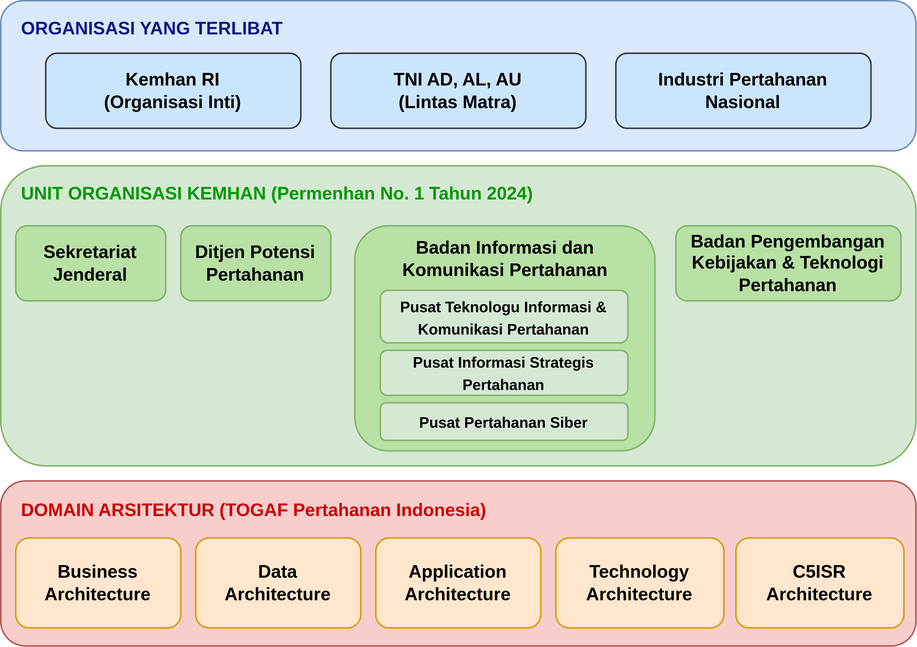
Earlier version of the draw.io export src/assets/images/preliminary-ruang-lingkup.drawio.svg (marcelsuanditambing/transformasi_kemhan). Source tidied: cells renumbered, new cells last; positions are measured from the earlier drawing's top-left corner, leaving out a move shared by most shapes.
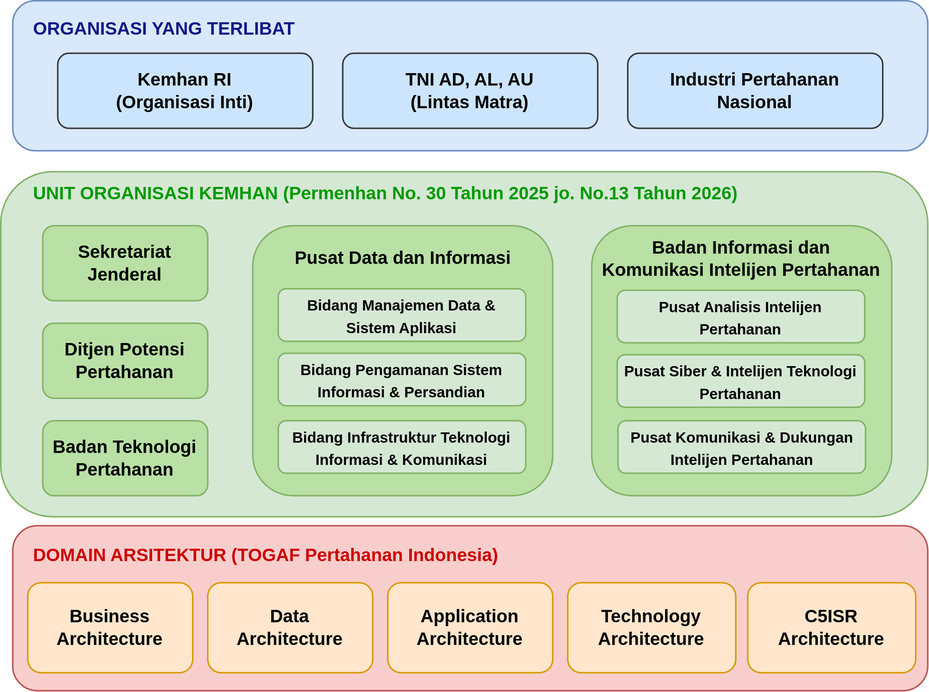
After the commit.

Commit message:
Add organizational structure diagrams for Kemhan

What changed in the source:
```diff
@@ -18,55 +18,70 @@
       <mxGeometry x="410" y="35" width="170" height="50" as="geometry" />
     </mxCell>
     <mxCell id="7" style="rounded=1;whiteSpace=wrap;html=1;fillColor=#d5e8d4;strokeColor=#82b366;" parent="1" vertex="1">
-      <mxGeometry y="110" width="610" height="200" as="geometry" />
+      <mxGeometry x="-8" y="114" width="618" height="230" as="geometry" />
     </mxCell>
-    <mxCell id="8" value="&lt;b style=&quot;color: rgb(0, 153, 0);&quot;&gt;UNIT ORGANISASI KEMHAN (Permenhan No. 1 Tahun 2024)&lt;/b&gt;" style="text;html=1;whiteSpace=wrap;strokeColor=none;fillColor=none;align=left;verticalAlign=middle;rounded=0;" parent="1" vertex="1">
-      <mxGeometry x="12" y="114" width="378" height="30" as="geometry" />
+    <mxCell id="8" value="&lt;b style=&quot;color: rgb(0, 153, 0);&quot;&gt;UNIT ORGANISASI KEMHAN (Permenhan No. 30 Tahun 2025 jo. No.13 Tahun 2026)&lt;/b&gt;" style="text;html=1;whiteSpace=wrap;strokeColor=none;fillColor=none;align=left;verticalAlign=middle;rounded=0;" parent="1" vertex="1">
+      <mxGeometry x="12" y="114" width="534" height="30" as="geometry" />
     </mxCell>
     <mxCell id="9" value="&lt;b&gt;Sekretariat&lt;br&gt;Jenderal&lt;/b&gt;" style="rounded=1;whiteSpace=wrap;html=1;fillColor=#B9E0A5;strokeColor=#82b366;" parent="1" vertex="1">
-      <mxGeometry x="10" y="150" width="100" height="50" as="geometry" />
+      <mxGeometry x="20" y="150" width="110" height="50" as="geometry" />
     </mxCell>
     <mxCell id="10" value="&lt;b&gt;Ditjen Potensi&lt;br&gt;Pertahanan&lt;/b&gt;" style="rounded=1;whiteSpace=wrap;html=1;fillColor=#B9E0A5;strokeColor=#82b366;" parent="1" vertex="1">
-      <mxGeometry x="120" y="150" width="100" height="50" as="geometry" />
+      <mxGeometry x="20" y="215" width="110" height="50" as="geometry" />
     </mxCell>
-    <mxCell id="11" value="&lt;b&gt;&lt;font&gt;Badan Pengembangan Kebijakan &amp;amp; Teknologi Pertahanan&lt;/font&gt;&lt;/b&gt;" style="rounded=1;whiteSpace=wrap;html=1;fillColor=#B9E0A5;strokeColor=#82b366;" parent="1" vertex="1">
-      <mxGeometry x="450" y="150" width="150" height="50" as="geometry" />
+    <mxCell id="11" value="&lt;b&gt;&lt;font&gt;Badan Teknologi Pertahanan&lt;/font&gt;&lt;/b&gt;" style="rounded=1;whiteSpace=wrap;html=1;fillColor=#B9E0A5;strokeColor=#82b366;" parent="1" vertex="1">
+      <mxGeometry x="20" y="280" width="110" height="50" as="geometry" />
     </mxCell>
     <mxCell id="12" style="rounded=1;whiteSpace=wrap;html=1;fillColor=#f8cecc;strokeColor=#b85450;" parent="1" vertex="1">
-      <mxGeometry y="320" width="610" height="110" as="geometry" />
+      <mxGeometry y="350" width="610" height="110" as="geometry" />
     </mxCell>
     <mxCell id="13" value="&lt;b style=&quot;color: rgb(204, 0, 0);&quot;&gt;DOMAIN ARSITEKTUR (TOGAF Pertahanan Indonesia)&lt;/b&gt;" style="text;html=1;whiteSpace=wrap;strokeColor=none;fillColor=none;align=left;verticalAlign=middle;rounded=0;" parent="1" vertex="1">
-      <mxGeometry x="12" y="325" width="338" height="30" as="geometry" />
+      <mxGeometry x="12" y="355" width="338" height="30" as="geometry" />
     </mxCell>
     <mxCell id="14" value="&lt;b&gt;Business&lt;br&gt;Architecture&lt;/b&gt;" style="rounded=1;whiteSpace=wrap;html=1;fillColor=#ffe6cc;strokeColor=#d79b00;" parent="1" vertex="1">
-      <mxGeometry x="10" y="358" width="110" height="60" as="geometry" />
+      <mxGeometry x="10" y="388" width="110" height="60" as="geometry" />
     </mxCell>
     <mxCell id="15" value="&lt;b&gt;Data&lt;br&gt;Architecture&lt;/b&gt;" style="rounded=1;whiteSpace=wrap;html=1;fillColor=#ffe6cc;strokeColor=#d79b00;" parent="1" vertex="1">
-      <mxGeometry x="130" y="358" width="110" height="60" as="geometry" />
+      <mxGeometry x="130" y="388" width="110" height="60" as="geometry" />
     </mxCell>
     <mxCell id="16" value="&lt;b&gt;Application&lt;br&gt;Architecture&lt;/b&gt;" style="rounded=1;whiteSpace=wrap;html=1;fillColor=#ffe6cc;strokeColor=#d79b00;" parent="1" vertex="1">
-      <mxGeometry x="250" y="358" width="110" height="60" as="geometry" />
+      <mxGeometry x="250" y="388" width="110" height="60" as="geometry" />
     </mxCell>
-    <mxCell id="17" style="rounded=1;whiteSpace=wrap;html=1;fillColor=#B9E0A5;strokeColor=#82b366;" parent="1" vertex="1">
-      <mxGeometry x="236" y="150" width="200" height="150" as="geometry" />
-    </mxCell>
-    <mxCell id="18" value="&lt;b style=&quot;color: rgb(0, 0, 0);&quot;&gt;Badan Informasi dan Komunikasi Pertahanan&lt;/b&gt;" style="text;html=1;whiteSpace=wrap;strokeColor=#B9E0A5;fillColor=#B9E0A5;align=center;verticalAlign=middle;rounded=0;" parent="1" vertex="1">
-      <mxGeometry x="247" y="157" width="179" height="30" as="geometry" />
-    </mxCell>
-    <mxCell id="19" value="&lt;span style=&quot;font-size: 10px;&quot;&gt;&lt;b&gt;Pusat Teknologu Informasi &amp;amp; Komunikasi Pertahanan&lt;/b&gt;&lt;/span&gt;" style="rounded=1;whiteSpace=wrap;html=1;fillColor=#D5E8D4;strokeColor=#82b366;" parent="1" vertex="1">
-      <mxGeometry x="253" y="193" width="165" height="35" as="geometry" />
-    </mxCell>
-    <mxCell id="20" value="&lt;span style=&quot;font-size: 10px;&quot;&gt;&lt;b&gt;Pusat Informasi Strategis Pertahanan&lt;/b&gt;&lt;/span&gt;" style="rounded=1;whiteSpace=wrap;html=1;fillColor=#D5E8D4;strokeColor=#82b366;" parent="1" vertex="1">
-      <mxGeometry x="253" y="233" width="165" height="30" as="geometry" />
-    </mxCell>
-    <mxCell id="21" value="&lt;span style=&quot;font-size: 10px;&quot;&gt;&lt;b&gt;Pusat Pertahanan Siber&lt;/b&gt;&lt;/span&gt;" style="rounded=1;whiteSpace=wrap;html=1;fillColor=#D5E8D4;strokeColor=#82b366;" parent="1" vertex="1">
-      <mxGeometry x="253" y="268" width="165" height="25" as="geometry" />
-    </mxCell>
     <mxCell id="22" value="&lt;b&gt;Technology Architecture&lt;/b&gt;" style="rounded=1;whiteSpace=wrap;html=1;fillColor=#ffe6cc;strokeColor=#d79b00;" parent="1" vertex="1">
-      <mxGeometry x="370" y="358" width="112" height="60" as="geometry" />
+      <mxGeometry x="370" y="388" width="112" height="60" as="geometry" />
     </mxCell>
     <mxCell id="23" value="&lt;b&gt;C5ISR&lt;br&gt;Architecture&lt;/b&gt;" style="rounded=1;whiteSpace=wrap;html=1;fillColor=#ffe6cc;strokeColor=#d79b00;" parent="1" vertex="1">
-      <mxGeometry x="490" y="358" width="112" height="60" as="geometry" />
+      <mxGeometry x="490" y="388" width="112" height="60" as="geometry" />
     </mxCell>
+    <mxCell id="24" style="rounded=1;whiteSpace=wrap;html=1;fillColor=#B9E0A5;strokeColor=#82b366;" parent="1" vertex="1">
+      <mxGeometry x="160" y="150" width="200" height="180" as="geometry" />
+    </mxCell>
+    <mxCell id="25" value="&lt;b style=&quot;color: rgb(0, 0, 0);&quot;&gt;Pusat Data dan Informasi&lt;/b&gt;" style="text;html=1;whiteSpace=wrap;strokeColor=#B9E0A5;fillColor=#B9E0A5;align=center;verticalAlign=middle;rounded=0;" parent="1" vertex="1">
+      <mxGeometry x="171" y="157" width="179" height="30" as="geometry" />
+    </mxCell>
+    <mxCell id="26" value="&lt;span style=&quot;font-size: 10px;&quot;&gt;&lt;b&gt;Bidang Manajemen Data &amp;amp; &lt;br&gt;Sistem Aplikasi&lt;/b&gt;&lt;/span&gt;" style="rounded=1;whiteSpace=wrap;html=1;fillColor=#D5E8D4;strokeColor=#82b366;" parent="1" vertex="1">
+      <mxGeometry x="177" y="192" width="165" height="35" as="geometry" />
+    </mxCell>
+    <mxCell id="27" value="&lt;span style=&quot;font-size: 10px;&quot;&gt;&lt;b&gt;Bidang Pengamanan Sistem Informasi &amp;amp; Persandian&lt;/b&gt;&lt;/span&gt;" style="rounded=1;whiteSpace=wrap;html=1;fillColor=#D5E8D4;strokeColor=#82b366;" parent="1" vertex="1">
+      <mxGeometry x="177" y="235" width="165" height="35" as="geometry" />
+    </mxCell>
+    <mxCell id="28" value="&lt;span style=&quot;font-size: 10px;&quot;&gt;&lt;b&gt;Bidang Infrastruktur Teknologi Informasi &amp;amp; Komunikasi&lt;/b&gt;&lt;/span&gt;" style="rounded=1;whiteSpace=wrap;html=1;fillColor=#D5E8D4;strokeColor=#82b366;" parent="1" vertex="1">
+      <mxGeometry x="177" y="280" width="165" height="35" as="geometry" />
+    </mxCell>
+    <mxCell id="29" style="rounded=1;whiteSpace=wrap;html=1;fillColor=#B9E0A5;strokeColor=#82b366;" parent="1" vertex="1">
+      <mxGeometry x="386" y="150" width="200" height="180" as="geometry" />
+    </mxCell>
+    <mxCell id="30" value="&lt;span style=&quot;font-size: 10px;&quot;&gt;&lt;b&gt;Pusat Analisis Intelijen Pertahanan&lt;/b&gt;&lt;/span&gt;" style="rounded=1;whiteSpace=wrap;html=1;fillColor=#D5E8D4;strokeColor=#82b366;" parent="1" vertex="1">
+      <mxGeometry x="403" y="193" width="165" height="35" as="geometry" />
+    </mxCell>
+    <mxCell id="31" value="&lt;span style=&quot;font-size: 10px;&quot;&gt;&lt;b&gt;Pusat Siber &amp;amp; Intelijen Teknologi Pertahanan&lt;/b&gt;&lt;/span&gt;" style="rounded=1;whiteSpace=wrap;html=1;fillColor=#D5E8D4;strokeColor=#82b366;" parent="1" vertex="1">
+      <mxGeometry x="403" y="236" width="165" height="35" as="geometry" />
+    </mxCell>
+    <mxCell id="32" value="&lt;span style=&quot;font-size: 10px;&quot;&gt;&lt;b&gt;Pusat Komunikasi &amp;amp; Dukungan Intelijen Pertahanan&lt;/b&gt;&lt;/span&gt;" style="rounded=1;whiteSpace=wrap;html=1;fillColor=#D5E8D4;strokeColor=#82b366;" parent="1" vertex="1">
+      <mxGeometry x="403.5" y="280" width="165" height="35" as="geometry" />
+    </mxCell>
+    <mxCell id="33" value="&lt;b style=&quot;color: rgb(0, 0, 0);&quot;&gt;Badan Informasi dan Komunikasi Intelijen Pertahanan&lt;/b&gt;" style="text;html=1;whiteSpace=wrap;fillColor=none;align=center;verticalAlign=middle;rounded=0;" parent="1" vertex="1">
+      <mxGeometry x="391" y="157" width="190" height="30" as="geometry" />
+    </mxCell>
   </root>
 </mxGraphModel>
```
